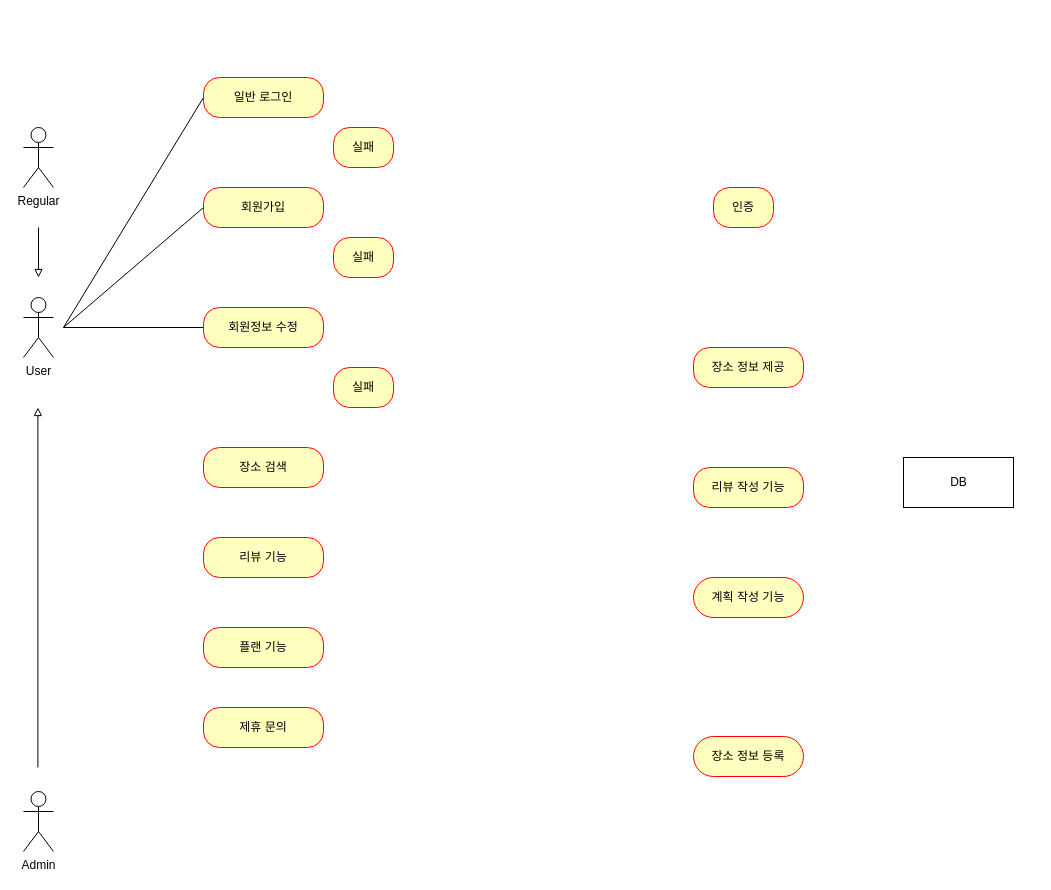
mrcocoball/cocoball-store keeps this draw.io diagram as document/use-case.drawio. Above is the earlier version. Source tidied: cells renumbered, new cells numbered last; positions are measured from the earlier drawing's top-left corner, leaving out a move shared by most shapes. Both pictures are drawn from the tidied source at 100%, with x=0, y=0 at pixel (23, 77).
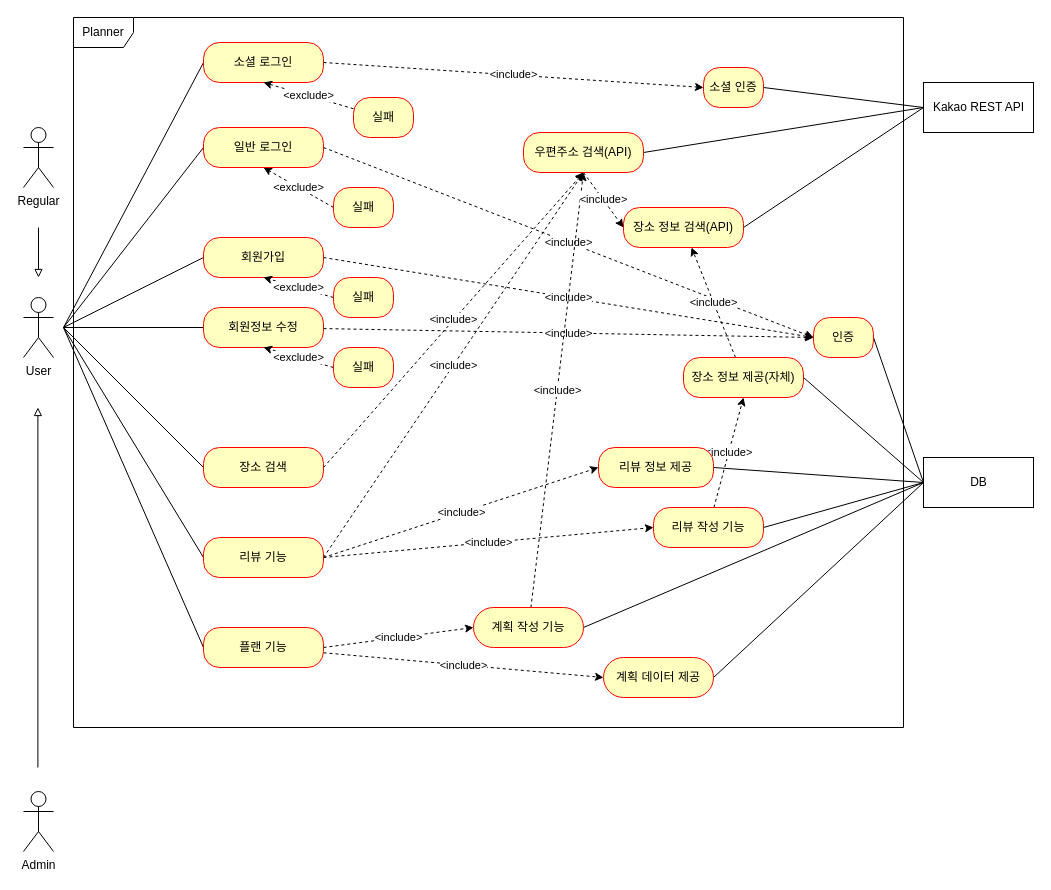
The same page after the edit.

Commit message:
#4 - use-case 업데이트

The change refers to these unchanged cells:
```xml
<mxCell id="11" value="회원정보 수정" style="rounded=1;whiteSpace=wrap;html=1;arcSize=40;fontColor=#000000;fillColor=#ffffc0;strokeColor=#ff0000;" parent="1" vertex="1">
  <mxGeometry x="180" y="230" width="120" height="40" as="geometry" />
</mxCell>
<mxCell id="22" value="리뷰 기능" style="rounded=1;whiteSpace=wrap;html=1;arcSize=40;fontColor=#000000;fillColor=#ffffc0;strokeColor=#ff0000;" parent="1" vertex="1">
  <mxGeometry x="180" y="460" width="120" height="40" as="geometry" />
</mxCell>
<mxCell id="23" value="플랜 기능" style="rounded=1;whiteSpace=wrap;html=1;arcSize=40;fontColor=#000000;fillColor=#ffffc0;strokeColor=#ff0000;" parent="1" vertex="1">
  <mxGeometry x="180" y="550" width="120" height="40" as="geometry" />
</mxCell>
<mxCell id="25" value="장소 검색" style="rounded=1;whiteSpace=wrap;html=1;arcSize=40;fontColor=#000000;fillColor=#ffffc0;strokeColor=#ff0000;" parent="1" vertex="1">
  <mxGeometry x="180" y="370" width="120" height="40" as="geometry" />
</mxCell>
```

Change to the diagram source:
```diff
@@
     <mxCell id="6" value="DB" style="html=1;" parent="1" vertex="1">
-      <mxGeometry x="880" y="380" width="110" height="50" as="geometry" />
+      <mxGeometry x="900" y="380" width="110" height="50" as="geometry" />
     </mxCell>
+    <mxCell id="26" style="edgeStyle=none;rounded=0;jettySize=auto;html=1;entryX=0;entryY=0.5;entryDx=0;entryDy=0;endArrow=none;endFill=0;exitX=1;exitY=0.5;exitDx=0;exitDy=0;" parent="1" edge="1" source="7" target="6">
+      <mxGeometry relative="1" as="geometry" />
+    </mxCell>
     <mxCell id="7" value="인증" style="rounded=1;whiteSpace=wrap;html=1;arcSize=40;fontColor=#000000;fillColor=#ffffc0;strokeColor=#ff0000;" parent="1" vertex="1">
-      <mxGeometry x="690" y="110" width="60" height="40" as="geometry" />
+      <mxGeometry x="790" y="240" width="60" height="40" as="geometry" />
     </mxCell>
+    <mxCell id="27" value="&amp;lt;exclude&amp;gt;" style="edgeStyle=none;rounded=0;jettySize=auto;html=1;entryX=0.5;entryY=1;entryDx=0;entryDy=0;dashed=1;endArrow=classic;endFill=1;exitX=0;exitY=0.5;exitDx=0;exitDy=0;" parent="1" edge="1" source="8" target="13">
+      <mxGeometry relative="1" as="geometry" />
+    </mxCell>
     <mxCell id="8" value="실패" style="rounded=1;whiteSpace=wrap;html=1;arcSize=40;fontColor=#000000;fillColor=#ffffc0;strokeColor=#ff0000;" parent="1" vertex="1">
-      <mxGeometry x="310" y="50" width="60" height="40" as="geometry" />
+      <mxGeometry x="310" y="110" width="60" height="40" as="geometry" />
     </mxCell>
+    <mxCell id="28" value="&amp;lt;include&amp;gt;" style="edgeStyle=none;rounded=0;jettySize=auto;html=1;entryX=0;entryY=0.5;entryDx=0;entryDy=0;dashed=1;endArrow=classic;endFill=1;" parent="1" edge="1" target="7">
+      <mxGeometry relative="1" as="geometry">
+        <mxPoint x="300" y="180" as="sourcePoint" />
+      </mxGeometry>
+    </mxCell>
     <mxCell id="9" value="회원가입" style="rounded=1;whiteSpace=wrap;html=1;arcSize=40;fontColor=#000000;fillColor=#ffffc0;strokeColor=#ff0000;" parent="1" vertex="1">
-      <mxGeometry x="180" y="110" width="120" height="40" as="geometry" />
+      <mxGeometry x="180" y="160" width="120" height="40" as="geometry" />
     </mxCell>
+    <mxCell id="29" value="&amp;lt;exclude&amp;gt;" style="edgeStyle=none;rounded=0;jettySize=auto;html=1;entryX=0.5;entryY=1;entryDx=0;entryDy=0;dashed=1;endArrow=classic;endFill=1;exitX=0;exitY=0.5;exitDx=0;exitDy=0;" parent="1" edge="1" source="10" target="9">
+      <mxGeometry relative="1" as="geometry" />
+    </mxCell>
     <mxCell id="10" value="실패" style="rounded=1;whiteSpace=wrap;html=1;arcSize=40;fontColor=#000000;fillColor=#ffffc0;strokeColor=#ff0000;" parent="1" vertex="1">
-      <mxGeometry x="310" y="160" width="60" height="40" as="geometry" />
+      <mxGeometry x="310" y="200" width="60" height="40" as="geometry" />
     </mxCell>
+    <mxCell id="30" value="&amp;lt;include&amp;gt;" style="edgeStyle=none;rounded=0;jettySize=auto;html=1;entryX=0;entryY=0.5;entryDx=0;entryDy=0;dashed=1;endArrow=classic;endFill=1;" parent="1" edge="1" source="11" target="7">
+      <mxGeometry relative="1" as="geometry" />
+    </mxCell>
@@
+    <mxCell id="31" value="&amp;lt;exclude&amp;gt;" style="edgeStyle=none;rounded=0;jettySize=auto;html=1;entryX=0.5;entryY=1;entryDx=0;entryDy=0;dashed=1;endArrow=classic;endFill=1;exitX=0;exitY=0.5;exitDx=0;exitDy=0;" parent="1" edge="1" source="12" target="11">
+      <mxGeometry relative="1" as="geometry" />
+    </mxCell>
     <mxCell id="12" value="실패" style="rounded=1;whiteSpace=wrap;html=1;arcSize=40;fontColor=#000000;fillColor=#ffffc0;strokeColor=#ff0000;" parent="1" vertex="1">
-      <mxGeometry x="310" y="290" width="60" height="40" as="geometry" />
+      <mxGeometry x="310" y="270" width="60" height="40" as="geometry" />
     </mxCell>
+    <mxCell id="32" value="&amp;lt;include&amp;gt;" style="edgeStyle=none;rounded=0;jettySize=auto;html=1;entryX=0;entryY=0.5;entryDx=0;entryDy=0;dashed=1;endArrow=classic;endFill=1;exitX=1;exitY=0.5;exitDx=0;exitDy=0;" parent="1" edge="1" source="13" target="7">
+      <mxGeometry relative="1" as="geometry" />
+    </mxCell>
     <mxCell id="13" value="일반 로그인" style="rounded=1;whiteSpace=wrap;html=1;arcSize=40;fontColor=#000000;fillColor=#ffffc0;strokeColor=#ff0000;" parent="1" vertex="1">
-      <mxGeometry x="180" width="120" height="40" as="geometry" />
+      <mxGeometry x="180" y="50" width="120" height="40" as="geometry" />
     </mxCell>
+    <mxCell id="33" style="edgeStyle=none;rounded=0;jettySize=auto;html=1;entryX=0;entryY=0.5;entryDx=0;entryDy=0;endArrow=none;endFill=0;exitX=1;exitY=0.5;exitDx=0;exitDy=0;" parent="1" edge="1" source="14" target="6">
+      <mxGeometry relative="1" as="geometry" />
+    </mxCell>
+    <mxCell id="34" value="&amp;lt;include&amp;gt;" style="edgeStyle=none;rounded=0;jettySize=auto;html=1;dashed=1;endArrow=classic;endFill=1;" parent="1" edge="1" source="14" target="52">
+      <mxGeometry relative="1" as="geometry" />
+    </mxCell>
-    <mxCell id="14" value="장소 정보 제공" style="rounded=1;whiteSpace=wrap;html=1;arcSize=40;fontColor=#000000;fillColor=#ffffc0;strokeColor=#ff0000;" parent="1" vertex="1">
-      <mxGeometry x="670" y="270" width="110" height="40" as="geometry" />
+    <mxCell id="14" value="장소 정보 제공(자체)" style="rounded=1;whiteSpace=wrap;html=1;arcSize=40;fontColor=#000000;fillColor=#ffffc0;strokeColor=#ff0000;" parent="1" vertex="1">
+      <mxGeometry x="660" y="280" width="120" height="40" as="geometry" />
     </mxCell>
+    <mxCell id="35" style="edgeStyle=none;rounded=0;jettySize=auto;html=1;entryX=0;entryY=0.5;entryDx=0;entryDy=0;endArrow=none;endFill=0;exitX=1;exitY=0.5;exitDx=0;exitDy=0;" parent="1" edge="1" source="15" target="6">
+      <mxGeometry relative="1" as="geometry" />
+    </mxCell>
+    <mxCell id="36" value="&amp;lt;include&amp;gt;" style="edgeStyle=none;rounded=0;jettySize=auto;html=1;entryX=0.5;entryY=1;entryDx=0;entryDy=0;dashed=1;endArrow=classic;endFill=1;" parent="1" edge="1" source="15" target="14">
+      <mxGeometry relative="1" as="geometry" />
+    </mxCell>
     <mxCell id="15" value="리뷰 작성 기능" style="rounded=1;whiteSpace=wrap;html=1;arcSize=40;fontColor=#000000;fillColor=#ffffc0;strokeColor=#ff0000;" parent="1" vertex="1">
-      <mxGeometry x="670" y="390" width="110" height="40" as="geometry" />
+      <mxGeometry x="630" y="430" width="110" height="40" as="geometry" />
     </mxCell>
+    <mxCell id="37" style="edgeStyle=none;rounded=0;jettySize=auto;html=1;entryX=0;entryY=0.5;entryDx=0;entryDy=0;endArrow=none;endFill=0;exitX=1;exitY=0.5;exitDx=0;exitDy=0;" parent="1" edge="1" source="16" target="6">
+      <mxGeometry relative="1" as="geometry" />
+    </mxCell>
+    <mxCell id="38" value="&amp;lt;include&amp;gt;" style="edgeStyle=none;rounded=0;jettySize=auto;html=1;entryX=0.5;entryY=1;entryDx=0;entryDy=0;dashed=1;endArrow=classic;endFill=1;" parent="1" edge="1" source="16" target="57">
+      <mxGeometry relative="1" as="geometry" />
+    </mxCell>
     <mxCell id="16" value="계획 작성 기능" style="rounded=1;whiteSpace=wrap;html=1;arcSize=50;fontColor=#000000;fillColor=#ffffc0;strokeColor=#ff0000;" parent="1" vertex="1">
-      <mxGeometry x="670" y="500" width="110" height="40" as="geometry" />
+      <mxGeometry x="450" y="530" width="110" height="40" as="geometry" />
     </mxCell>
@@
-    <mxCell id="21" value="장소 정보 등록" style="rounded=1;whiteSpace=wrap;html=1;arcSize=50;fontColor=#000000;fillColor=#ffffc0;strokeColor=#ff0000;" parent="1" vertex="1">
-      <mxGeometry x="670" y="659" width="110" height="40" as="geometry" />
-    </mxCell>
+    <mxCell id="39" style="edgeStyle=none;rounded=0;jettySize=auto;html=1;endArrow=none;endFill=0;exitX=0;exitY=0.5;exitDx=0;exitDy=0;" parent="1" edge="1" source="22">
+      <mxGeometry relative="1" as="geometry">
+        <mxPoint x="40" y="250" as="targetPoint" />
+      </mxGeometry>
+    </mxCell>
+    <mxCell id="40" value="&amp;lt;include&amp;gt;" style="edgeStyle=none;rounded=0;jettySize=auto;html=1;entryX=0.5;entryY=1;entryDx=0;entryDy=0;dashed=1;endArrow=classic;endFill=1;exitX=1;exitY=0.5;exitDx=0;exitDy=0;" parent="1" edge="1" source="22" target="57">
+      <mxGeometry relative="1" as="geometry" />
+    </mxCell>
+    <mxCell id="41" value="&amp;lt;include&amp;gt;" style="edgeStyle=none;rounded=0;jettySize=auto;html=1;entryX=0;entryY=0.5;entryDx=0;entryDy=0;dashed=1;endArrow=classic;endFill=1;exitX=1;exitY=0.5;exitDx=0;exitDy=0;" parent="1" edge="1" source="22" target="54">
+      <mxGeometry relative="1" as="geometry" />
+    </mxCell>
+    <mxCell id="42" value="&amp;lt;include&amp;gt;" style="edgeStyle=none;rounded=0;jettySize=auto;html=1;entryX=0;entryY=0.5;entryDx=0;entryDy=0;dashed=1;endArrow=classic;endFill=1;exitX=1;exitY=0.5;exitDx=0;exitDy=0;" parent="1" edge="1" source="22" target="15">
+      <mxGeometry relative="1" as="geometry" />
+    </mxCell>
@@
+    <mxCell id="43" style="edgeStyle=none;rounded=0;jettySize=auto;html=1;endArrow=none;endFill=0;exitX=0;exitY=0.5;exitDx=0;exitDy=0;" parent="1" edge="1" source="23">
+      <mxGeometry relative="1" as="geometry">
+        <mxPoint x="40" y="250" as="targetPoint" />
+      </mxGeometry>
+    </mxCell>
+    <mxCell id="44" value="&amp;lt;include&amp;gt;" style="edgeStyle=none;rounded=0;jettySize=auto;html=1;entryX=0;entryY=0.5;entryDx=0;entryDy=0;dashed=1;endArrow=classic;endFill=1;exitX=1;exitY=0.5;exitDx=0;exitDy=0;" parent="1" edge="1" source="23" target="16">
+      <mxGeometry relative="1" as="geometry" />
+    </mxCell>
+    <mxCell id="45" value="&amp;lt;include&amp;gt;" style="edgeStyle=none;rounded=0;jettySize=auto;html=1;entryX=0;entryY=0.5;entryDx=0;entryDy=0;dashed=1;endArrow=classic;endFill=1;" parent="1" edge="1" source="23" target="59">
+      <mxGeometry relative="1" as="geometry" />
+    </mxCell>
@@
-    <mxCell id="24" value="제휴 문의" style="rounded=1;whiteSpace=wrap;html=1;arcSize=40;fontColor=#000000;fillColor=#ffffc0;strokeColor=#ff0000;" parent="1" vertex="1">
-      <mxGeometry x="180" y="630" width="120" height="40" as="geometry" />
-    </mxCell>
+    <mxCell id="46" style="edgeStyle=none;rounded=0;jettySize=auto;html=1;endArrow=none;endFill=0;exitX=0;exitY=0.5;exitDx=0;exitDy=0;" parent="1" edge="1" source="25">
+      <mxGeometry relative="1" as="geometry">
+        <mxPoint x="40" y="250" as="targetPoint" />
+      </mxGeometry>
+    </mxCell>
+    <mxCell id="47" value="&amp;lt;include&amp;gt;" style="edgeStyle=none;rounded=0;jettySize=auto;html=1;entryX=0.5;entryY=1;entryDx=0;entryDy=0;dashed=1;endArrow=classic;endFill=1;exitX=1;exitY=0.5;exitDx=0;exitDy=0;" parent="1" edge="1" source="25" target="57">
+      <mxGeometry relative="1" as="geometry" />
+    </mxCell>
@@
+    <mxCell id="48" value="Kakao REST API" style="html=1;" parent="1" vertex="1">
+      <mxGeometry x="900" y="5" width="110" height="50" as="geometry" />
+    </mxCell>
+    <mxCell id="49" style="edgeStyle=none;rounded=0;jettySize=auto;html=1;entryX=0;entryY=0.5;entryDx=0;entryDy=0;endArrow=none;endFill=0;exitX=1;exitY=0.5;exitDx=0;exitDy=0;" parent="1" edge="1" source="50" target="48">
+      <mxGeometry relative="1" as="geometry" />
+    </mxCell>
+    <mxCell id="50" value="소셜 인증" style="rounded=1;whiteSpace=wrap;html=1;arcSize=40;fontColor=#000000;fillColor=#ffffc0;strokeColor=#ff0000;" parent="1" vertex="1">
+      <mxGeometry x="680" y="-10" width="60" height="40" as="geometry" />
+    </mxCell>
+    <mxCell id="51" style="rounded=0;jettySize=auto;html=1;exitX=1;exitY=0.5;exitDx=0;exitDy=0;entryX=0;entryY=0.5;entryDx=0;entryDy=0;endArrow=none;endFill=0;" parent="1" edge="1" source="52" target="48">
+      <mxGeometry relative="1" as="geometry" />
+    </mxCell>
+    <mxCell id="52" value="장소 정보 검색(API)" style="rounded=1;whiteSpace=wrap;html=1;arcSize=40;fontColor=#000000;fillColor=#ffffc0;strokeColor=#ff0000;" parent="1" vertex="1">
+      <mxGeometry x="600" y="130" width="120" height="40" as="geometry" />
+    </mxCell>
+    <mxCell id="53" style="edgeStyle=none;rounded=0;jettySize=auto;html=1;entryX=0;entryY=0.5;entryDx=0;entryDy=0;endArrow=none;endFill=0;exitX=1;exitY=0.5;exitDx=0;exitDy=0;" parent="1" edge="1" source="54" target="6">
+      <mxGeometry relative="1" as="geometry" />
+    </mxCell>
+    <mxCell id="54" value="리뷰 정보 제공" style="rounded=1;whiteSpace=wrap;html=1;arcSize=40;fontColor=#000000;fillColor=#ffffc0;strokeColor=#ff0000;" parent="1" vertex="1">
+      <mxGeometry x="575" y="370" width="115" height="40" as="geometry" />
+    </mxCell>
+    <mxCell id="55" style="edgeStyle=none;rounded=0;jettySize=auto;html=1;entryX=0;entryY=0.5;entryDx=0;entryDy=0;endArrow=none;endFill=0;exitX=1;exitY=0.5;exitDx=0;exitDy=0;" parent="1" edge="1" source="57" target="48">
+      <mxGeometry relative="1" as="geometry" />
+    </mxCell>
+    <mxCell id="56" value="&amp;lt;include&amp;gt;" style="edgeStyle=none;rounded=0;jettySize=auto;html=1;entryX=0;entryY=0.5;entryDx=0;entryDy=0;dashed=1;endArrow=classic;endFill=1;exitX=0.5;exitY=1;exitDx=0;exitDy=0;" parent="1" edge="1" source="57" target="52">
+      <mxGeometry relative="1" as="geometry" />
+    </mxCell>
+    <mxCell id="57" value="우편주소 검색(API)" style="rounded=1;whiteSpace=wrap;html=1;arcSize=40;fontColor=#000000;fillColor=#ffffc0;strokeColor=#ff0000;" parent="1" vertex="1">
+      <mxGeometry x="500" y="55" width="120" height="40" as="geometry" />
+    </mxCell>
+    <mxCell id="58" style="edgeStyle=none;rounded=0;jettySize=auto;html=1;entryX=0;entryY=0.5;entryDx=0;entryDy=0;endArrow=none;endFill=0;exitX=1;exitY=0.5;exitDx=0;exitDy=0;" parent="1" edge="1" source="59" target="6">
+      <mxGeometry relative="1" as="geometry" />
+    </mxCell>
+    <mxCell id="59" value="계획 데이터 제공" style="rounded=1;whiteSpace=wrap;html=1;arcSize=50;fontColor=#000000;fillColor=#ffffc0;strokeColor=#ff0000;" parent="1" vertex="1">
+      <mxGeometry x="580" y="580" width="110" height="40" as="geometry" />
+    </mxCell>
+    <mxCell id="60" style="edgeStyle=none;rounded=0;jettySize=auto;html=1;endArrow=none;endFill=0;exitX=0;exitY=0.5;exitDx=0;exitDy=0;" parent="1" edge="1" source="62">
+      <mxGeometry relative="1" as="geometry">
+        <mxPoint x="40" y="250" as="targetPoint" />
+      </mxGeometry>
+    </mxCell>
+    <mxCell id="61" value="&amp;lt;include&amp;gt;" style="edgeStyle=none;rounded=0;jettySize=auto;html=1;entryX=0;entryY=0.5;entryDx=0;entryDy=0;endArrow=classic;endFill=1;exitX=1;exitY=0.5;exitDx=0;exitDy=0;dashed=1;" parent="1" edge="1" source="62" target="50">
+      <mxGeometry relative="1" as="geometry" />
+    </mxCell>
+    <mxCell id="62" value="소셜 로그인" style="rounded=1;whiteSpace=wrap;html=1;arcSize=40;fontColor=#000000;fillColor=#ffffc0;strokeColor=#ff0000;" parent="1" vertex="1">
+      <mxGeometry x="180" y="-35" width="120" height="40" as="geometry" />
+    </mxCell>
+    <mxCell id="63" value="&amp;lt;exclude&amp;gt;" style="edgeStyle=none;rounded=0;jettySize=auto;html=1;entryX=0.5;entryY=1;entryDx=0;entryDy=0;dashed=1;endArrow=classic;endFill=1;" parent="1" edge="1" source="64" target="62">
+      <mxGeometry relative="1" as="geometry" />
+    </mxCell>
+    <mxCell id="64" value="실패" style="rounded=1;whiteSpace=wrap;html=1;arcSize=40;fontColor=#000000;fillColor=#ffffc0;strokeColor=#ff0000;" parent="1" vertex="1">
+      <mxGeometry x="330" y="20" width="60" height="40" as="geometry" />
+    </mxCell>
+    <mxCell id="65" value="Planner" style="shape=umlFrame;whiteSpace=wrap;html=1;" parent="1" vertex="1">
+      <mxGeometry x="50" y="-60" width="830" height="710" as="geometry" />
+    </mxCell>
```
